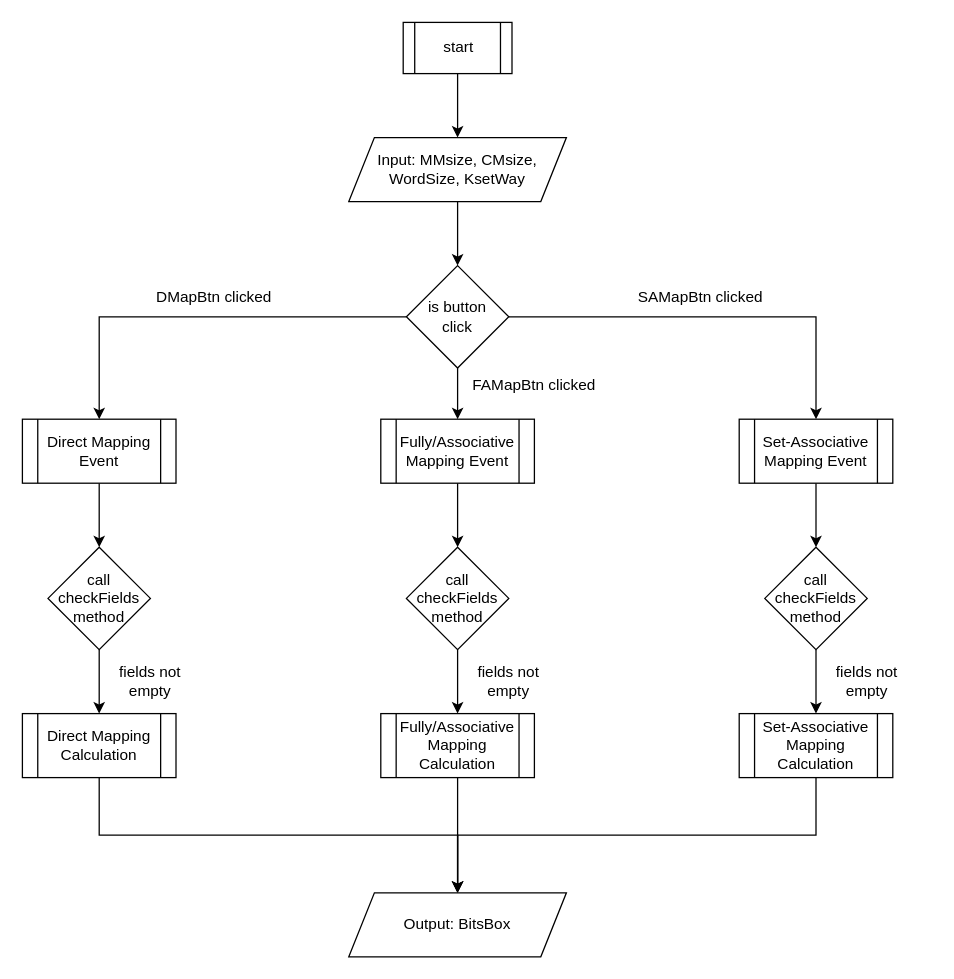
Before: Untitled Diagram.drawio in AimanIskndr/ICO-kash, a draw.io diagram. Source tidied: cells renumbered, new cells numbered last; positions are measured from the earlier drawing's top-left corner, leaving out a move shared by most shapes. Both pictures are drawn from the tidied source at 128%, with x=0, y=0 at pixel (22, 22).
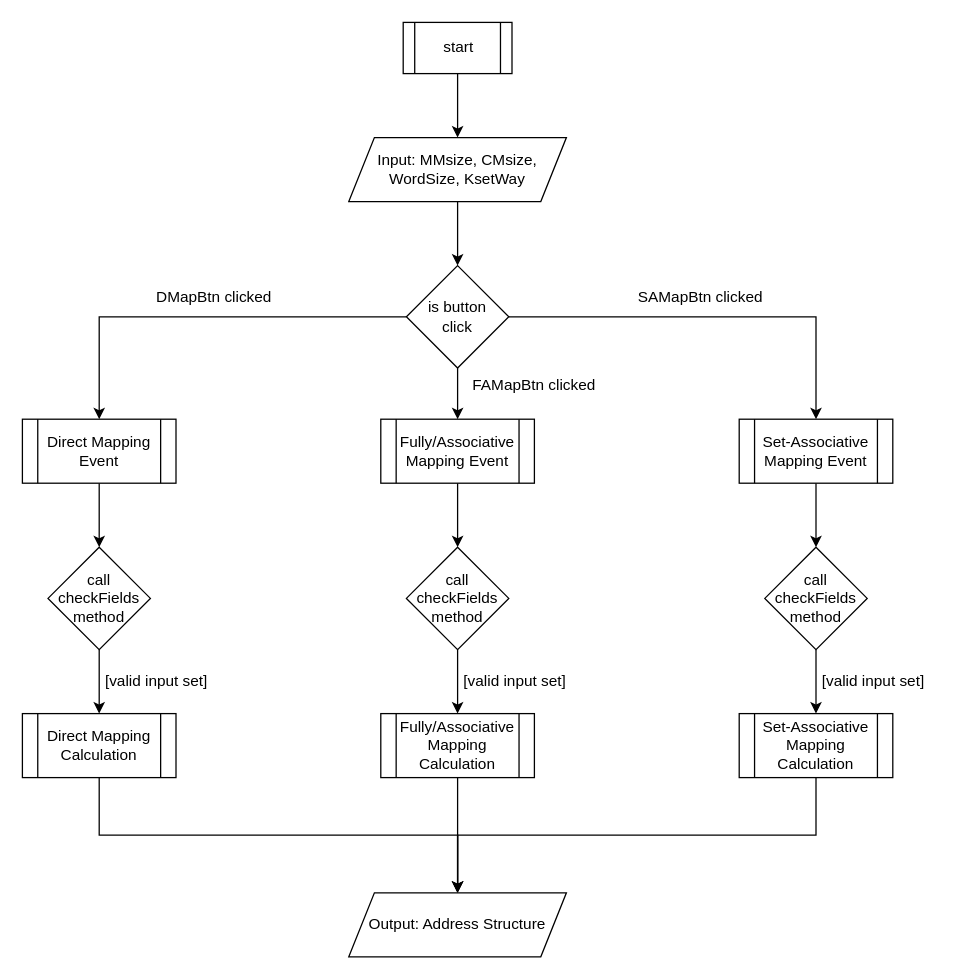
The same page after the edit.

What changed in the source:
```diff
@@
-    <mxCell id="31" value="Output: BitsBox" style="shape=parallelogram;perimeter=parallelogramPerimeter;whiteSpace=wrap;html=1;fixedSize=1;" parent="1" vertex="1">
+    <mxCell id="31" value="Output: Address Structure" style="shape=parallelogram;perimeter=parallelogramPerimeter;whiteSpace=wrap;html=1;fixedSize=1;" parent="1" vertex="1">
       <mxGeometry x="255" y="680" width="170" height="50" as="geometry" />
     </mxCell>
-    <mxCell id="32" value="fields not empty" style="text;html=1;strokeColor=none;fillColor=none;align=center;verticalAlign=middle;whiteSpace=wrap;rounded=0;" parent="1" vertex="1">
-      <mxGeometry x="70" y="500" width="60" height="30" as="geometry" />
+    <mxCell id="32" value="[valid input set]" style="text;html=1;strokeColor=none;fillColor=none;align=center;verticalAlign=middle;whiteSpace=wrap;rounded=0;" parent="1" vertex="1">
+      <mxGeometry x="60" y="500" width="90" height="30" as="geometry" />
     </mxCell>
-    <mxCell id="33" value="fields not empty" style="text;html=1;strokeColor=none;fillColor=none;align=center;verticalAlign=middle;whiteSpace=wrap;rounded=0;" parent="1" vertex="1">
-      <mxGeometry x="350" y="500" width="60" height="30" as="geometry" />
+    <mxCell id="33" value="[valid input set]" style="text;html=1;strokeColor=none;fillColor=none;align=center;verticalAlign=middle;whiteSpace=wrap;rounded=0;" parent="1" vertex="1">
+      <mxGeometry x="340" y="500" width="90" height="30" as="geometry" />
     </mxCell>
-    <mxCell id="34" value="fields not empty" style="text;html=1;strokeColor=none;fillColor=none;align=center;verticalAlign=middle;whiteSpace=wrap;rounded=0;" parent="1" vertex="1">
-      <mxGeometry x="630" y="500" width="60" height="30" as="geometry" />
+    <mxCell id="34" value="[valid input set]" style="text;html=1;strokeColor=none;fillColor=none;align=center;verticalAlign=middle;whiteSpace=wrap;rounded=0;" parent="1" vertex="1">
+      <mxGeometry x="620" y="500" width="90" height="30" as="geometry" />
     </mxCell>
```
